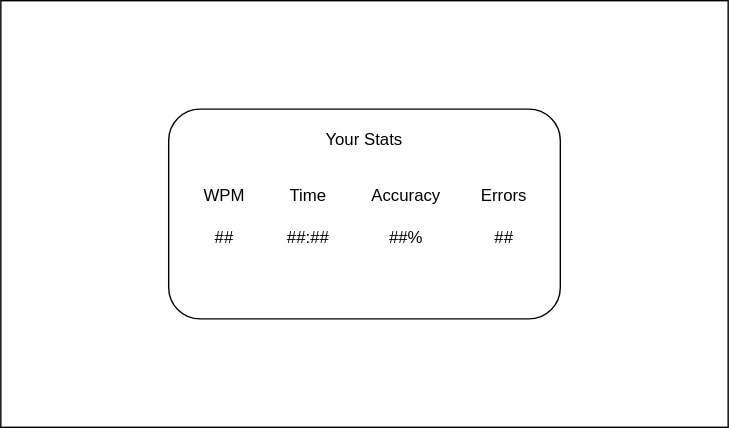
Above: docs/wireframes/end_screen.svg in cse110-sp26-group23/cse110-sp26-group23 (draw.io), before the change. Source tidied: cells renumbered, new cells last; positions are measured from the earlier drawing's top-left corner, leaving out a move shared by most shapes.
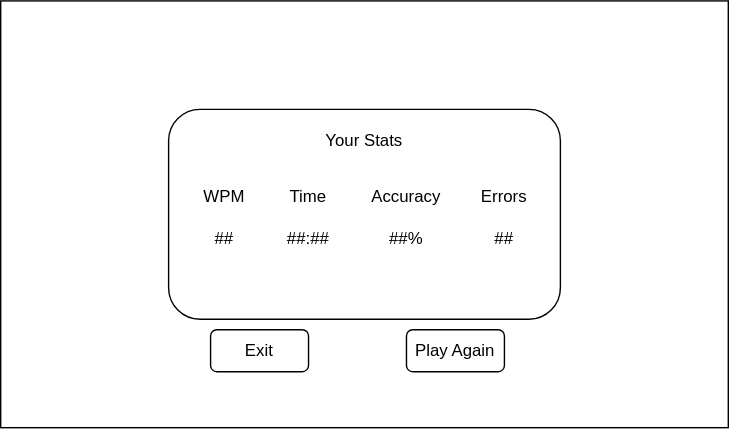
After the commit.

Commit message:
Update wireframes with settings, exit, play again

Change to the diagram source:
```diff
@@ -35,5 +35,11 @@
     <mxCell id="12" value="##" style="text;html=1;align=center;verticalAlign=middle;whiteSpace=wrap;rounded=0;" parent="1" vertex="1">
       <mxGeometry x="330" y="155" width="60" height="30" as="geometry" />
     </mxCell>
+    <mxCell id="13" value="Exit" style="rounded=1;whiteSpace=wrap;html=1;" parent="1" vertex="1">
+      <mxGeometry x="150" y="235" width="70" height="30" as="geometry" />
+    </mxCell>
+    <mxCell id="14" value="Play Again" style="rounded=1;whiteSpace=wrap;html=1;" parent="1" vertex="1">
+      <mxGeometry x="290" y="235" width="70" height="30" as="geometry" />
+    </mxCell>
   </root>
 </mxGraphModel>
```
